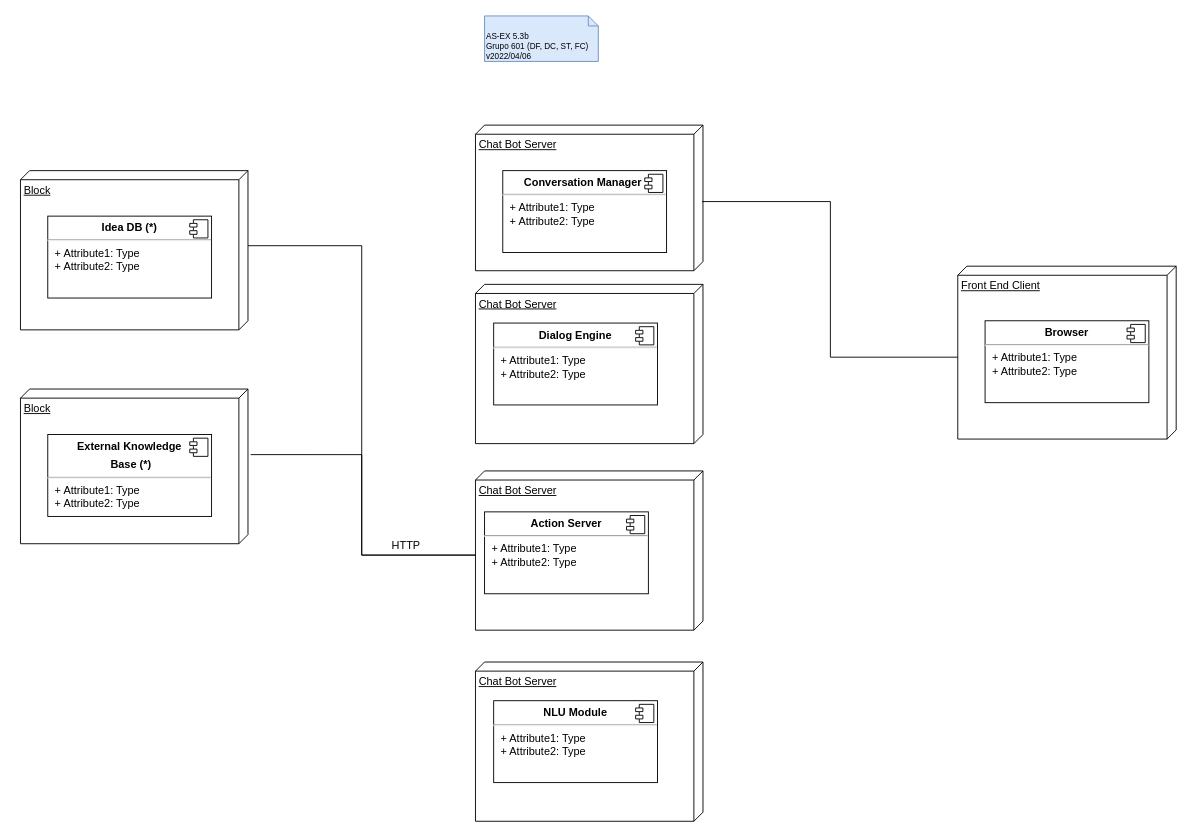
The draw.io diagram page "5.3b" (3 of 3) of P/P05/P5.drawio in DavidAraujo98/AS, before the edit. Source tidied: cells renumbered, new cells numbered last; positions are measured from the earlier drawing's top-left corner, leaving out a move shared by most shapes. Both pictures are drawn from the tidied source at 91%, with x=0, y=0 at pixel (20, 15).
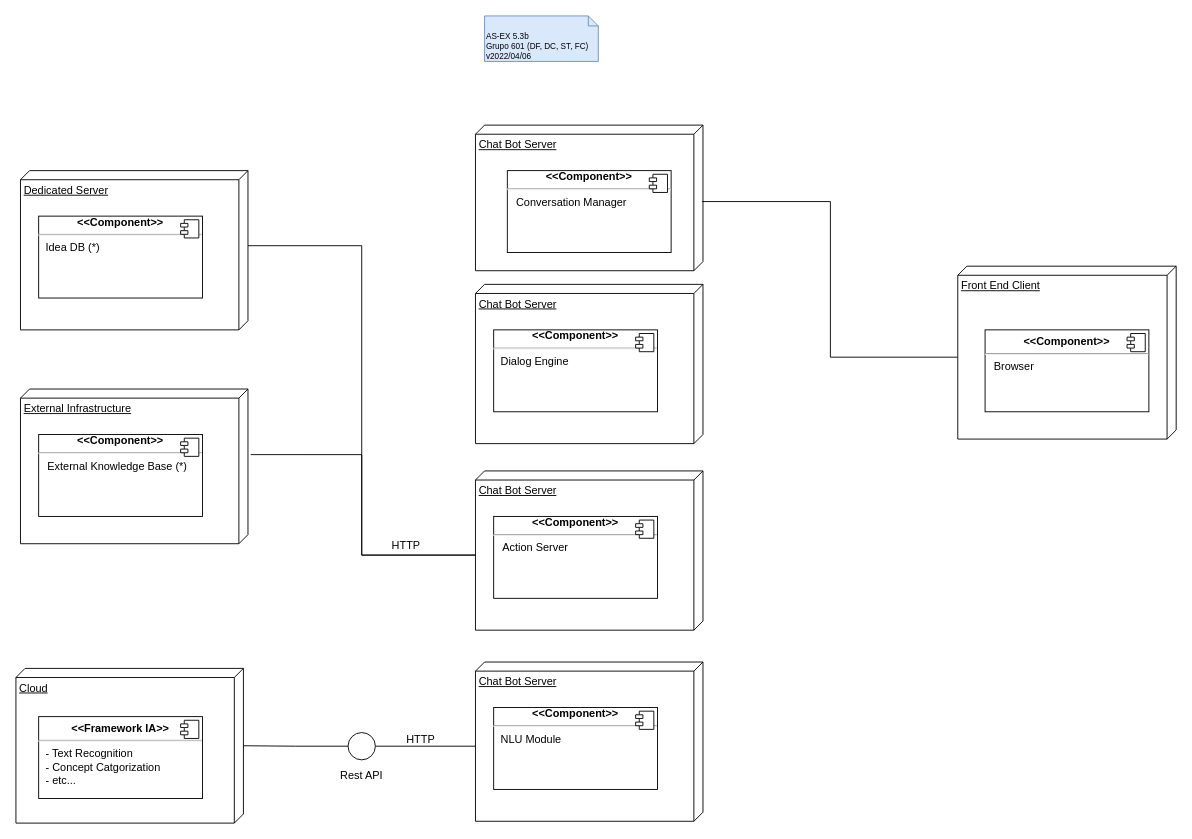
After the change.

The change refers to these unchanged cells:
```xml
<mxCell id="5" value="Chat Bot Server" style="verticalAlign=top;align=left;spacingTop=8;spacingLeft=2;spacingRight=12;shape=cube;size=10;direction=south;fontStyle=4;html=1;" parent="1" vertex="1">
  <mxGeometry x="500" y="710" width="250" height="175" as="geometry" />
</mxCell>
```

The edit, as a diff of the source:
```diff
@@
+    <mxCell id="28" style="edgeStyle=orthogonalEdgeStyle;rounded=0;jettySize=auto;html=1;exitX=0;exitY=0;exitDx=92.5;exitDy=250;exitPerimeter=0;entryX=1;entryY=0.5;entryDx=0;entryDy=0;endArrow=none;endFill=0;" parent="1" edge="1" source="5" target="31">
+      <mxGeometry relative="1" as="geometry" />
+    </mxCell>
@@
-    <mxCell id="11" value="Block" style="verticalAlign=top;align=left;spacingTop=8;spacingLeft=2;spacingRight=12;shape=cube;size=10;direction=south;fontStyle=4;html=1;" parent="1" vertex="1">
+    <mxCell id="11" value="Dedicated Server" style="verticalAlign=top;align=left;spacingTop=8;spacingLeft=2;spacingRight=12;shape=cube;size=10;direction=south;fontStyle=4;html=1;" parent="1" vertex="1">
       <mxGeometry y="170" width="250" height="175" as="geometry" />
     </mxCell>
-    <mxCell id="12" value="Block" style="verticalAlign=top;align=left;spacingTop=8;spacingLeft=2;spacingRight=12;shape=cube;size=10;direction=south;fontStyle=4;html=1;" parent="1" vertex="1">
+    <mxCell id="12" value="External Infrastructure" style="verticalAlign=top;align=left;spacingTop=8;spacingLeft=2;spacingRight=12;shape=cube;size=10;direction=south;fontStyle=4;html=1;" parent="1" vertex="1">
       <mxGeometry y="410" width="250" height="170" as="geometry" />
     </mxCell>
-    <mxCell id="13" value="&lt;p style=&quot;margin: 0px ; margin-top: 6px ; text-align: center&quot;&gt;&lt;b&gt;Browser&lt;/b&gt;&lt;/p&gt;&lt;hr&gt;&lt;p style=&quot;margin: 0px ; margin-left: 8px&quot;&gt;+ Attribute1: Type&lt;br&gt;+ Attribute2: Type&lt;/p&gt;" style="align=left;overflow=fill;html=1;" parent="1" vertex="1">
-      <mxGeometry x="1060" y="335" width="180" height="90" as="geometry" />
-    </mxCell>
-    <mxCell id="14" style="shape=component;jettyWidth=8;jettyHeight=4;" parent="13" vertex="1">
-      <mxGeometry x="1" width="20" height="20" relative="1" as="geometry">
-        <mxPoint x="-24" y="4" as="offset" />
-      </mxGeometry>
-    </mxCell>
-    <mxCell id="15" value="&lt;p style=&quot;text-align: center ; margin: 6px 0px 0px&quot;&gt;&lt;b&gt;Conversation Manager&amp;nbsp;&lt;/b&gt;&lt;/p&gt;&lt;hr&gt;&lt;p style=&quot;margin: 0px ; margin-left: 8px&quot;&gt;+ Attribute1: Type&lt;br&gt;+ Attribute2: Type&lt;/p&gt;" style="align=left;overflow=fill;html=1;" parent="1" vertex="1">
-      <mxGeometry x="530" y="170" width="180" height="90" as="geometry" />
-    </mxCell>
-    <mxCell id="16" style="shape=component;jettyWidth=8;jettyHeight=4;" parent="15" vertex="1">
-      <mxGeometry x="1" width="20" height="20" relative="1" as="geometry">
-        <mxPoint x="-24" y="4" as="offset" />
-      </mxGeometry>
-    </mxCell>
-    <mxCell id="17" value="&lt;p style=&quot;margin: 0px ; margin-top: 6px ; text-align: center&quot;&gt;&lt;b&gt;NLU Module&lt;/b&gt;&lt;/p&gt;&lt;hr&gt;&lt;p style=&quot;margin: 0px ; margin-left: 8px&quot;&gt;+ Attribute1: Type&lt;br&gt;+ Attribute2: Type&lt;/p&gt;" style="align=left;overflow=fill;html=1;" parent="1" vertex="1">
-      <mxGeometry x="520" y="752.5" width="180" height="90" as="geometry" />
-    </mxCell>
-    <mxCell id="18" style="shape=component;jettyWidth=8;jettyHeight=4;" parent="17" vertex="1">
-      <mxGeometry x="1" width="20" height="20" relative="1" as="geometry">
-        <mxPoint x="-24" y="4" as="offset" />
-      </mxGeometry>
-    </mxCell>
-    <mxCell id="19" value="&lt;p style=&quot;margin: 0px ; margin-top: 6px ; text-align: center&quot;&gt;&lt;b&gt;Dialog Engine&lt;/b&gt;&lt;/p&gt;&lt;hr&gt;&lt;p style=&quot;margin: 0px ; margin-left: 8px&quot;&gt;+ Attribute1: Type&lt;br&gt;+ Attribute2: Type&lt;/p&gt;" style="align=left;overflow=fill;html=1;" parent="1" vertex="1">
-      <mxGeometry x="520" y="337.5" width="180" height="90" as="geometry" />
-    </mxCell>
-    <mxCell id="20" style="shape=component;jettyWidth=8;jettyHeight=4;" parent="19" vertex="1">
-      <mxGeometry x="1" width="20" height="20" relative="1" as="geometry">
-        <mxPoint x="-24" y="4" as="offset" />
-      </mxGeometry>
-    </mxCell>
-    <mxCell id="21" value="&lt;p style=&quot;margin: 0px ; margin-top: 6px ; text-align: center&quot;&gt;&lt;b&gt;Action Server&lt;/b&gt;&lt;/p&gt;&lt;hr&gt;&lt;p style=&quot;margin: 0px ; margin-left: 8px&quot;&gt;+ Attribute1: Type&lt;br&gt;+ Attribute2: Type&lt;/p&gt;" style="align=left;overflow=fill;html=1;" parent="1" vertex="1">
-      <mxGeometry x="510" y="545" width="180" height="90" as="geometry" />
-    </mxCell>
-    <mxCell id="22" style="shape=component;jettyWidth=8;jettyHeight=4;" parent="21" vertex="1">
-      <mxGeometry x="1" width="20" height="20" relative="1" as="geometry">
-        <mxPoint x="-24" y="4" as="offset" />
-      </mxGeometry>
-    </mxCell>
-    <mxCell id="23" value="&lt;p style=&quot;margin: 0px ; margin-top: 6px ; text-align: center&quot;&gt;&lt;b&gt;Idea DB (*)&lt;/b&gt;&lt;/p&gt;&lt;hr&gt;&lt;p style=&quot;margin: 0px ; margin-left: 8px&quot;&gt;+ Attribute1: Type&lt;br&gt;+ Attribute2: Type&lt;/p&gt;" style="align=left;overflow=fill;html=1;" parent="1" vertex="1">
-      <mxGeometry x="30" y="220" width="180" height="90" as="geometry" />
-    </mxCell>
-    <mxCell id="24" style="shape=component;jettyWidth=8;jettyHeight=4;" parent="23" vertex="1">
-      <mxGeometry x="1" width="20" height="20" relative="1" as="geometry">
-        <mxPoint x="-24" y="4" as="offset" />
-      </mxGeometry>
-    </mxCell>
-    <mxCell id="25" value="&lt;p style=&quot;margin: 0px ; margin-top: 6px ; text-align: center&quot;&gt;&lt;b&gt;External Knowledge&lt;/b&gt;&lt;/p&gt;&lt;p style=&quot;margin: 0px ; margin-top: 6px ; text-align: center&quot;&gt;&lt;b&gt;&amp;nbsp;Base (*)&lt;/b&gt;&lt;/p&gt;&lt;hr&gt;&lt;p style=&quot;margin: 0px ; margin-left: 8px&quot;&gt;+ Attribute1: Type&lt;br&gt;+ Attribute2: Type&lt;/p&gt;" style="align=left;overflow=fill;html=1;" parent="1" vertex="1">
-      <mxGeometry x="30" y="460" width="180" height="90" as="geometry" />
-    </mxCell>
-    <mxCell id="26" style="shape=component;jettyWidth=8;jettyHeight=4;" parent="25" vertex="1">
-      <mxGeometry x="1" width="20" height="20" relative="1" as="geometry">
-        <mxPoint x="-24" y="4" as="offset" />
-      </mxGeometry>
-    </mxCell>
@@
+    <mxCell id="29" value="Cloud" style="verticalAlign=top;align=left;spacingTop=8;spacingLeft=2;spacingRight=12;shape=cube;size=10;direction=south;fontStyle=4;html=1;" parent="1" vertex="1">
+      <mxGeometry x="-5" y="717" width="250" height="170" as="geometry" />
+    </mxCell>
+    <mxCell id="30" style="edgeStyle=orthogonalEdgeStyle;rounded=0;jettySize=auto;html=1;exitX=0;exitY=0.5;exitDx=0;exitDy=0;endArrow=none;endFill=0;" parent="1" edge="1" source="31" target="29">
+      <mxGeometry relative="1" as="geometry" />
+    </mxCell>
+    <mxCell id="31" style="ellipse;whiteSpace=wrap;html=1;" parent="1" vertex="1">
+      <mxGeometry x="360" y="787.5" width="30" height="30" as="geometry" />
+    </mxCell>
+    <mxCell id="32" value="Rest API" style="text;html=1;strokeColor=none;fillColor=none;align=center;verticalAlign=middle;whiteSpace=wrap;rounded=0;" parent="1" vertex="1">
+      <mxGeometry x="345" y="820" width="60" height="30" as="geometry" />
+    </mxCell>
+    <mxCell id="33" value="HTTP" style="text;html=1;strokeColor=none;fillColor=none;align=center;verticalAlign=middle;whiteSpace=wrap;rounded=0;" parent="1" vertex="1">
+      <mxGeometry x="410" y="780" width="60" height="30" as="geometry" />
+    </mxCell>
+    <mxCell id="34" value="&lt;p style=&quot;margin: 0px ; margin-top: 6px ; text-align: center&quot;&gt;&lt;b&gt;&amp;lt;&amp;lt;Framework IA&amp;gt;&amp;gt;&lt;/b&gt;&lt;/p&gt;&lt;hr&gt;&lt;p style=&quot;margin: 0px ; margin-left: 8px&quot;&gt;- Text Recognition&lt;br&gt;- Concept Catgorization&lt;/p&gt;&lt;p style=&quot;margin: 0px ; margin-left: 8px&quot;&gt;- etc...&lt;/p&gt;" style="align=left;overflow=fill;html=1;" parent="1" vertex="1">
+      <mxGeometry x="20" y="770" width="180" height="90" as="geometry" />
+    </mxCell>
+    <mxCell id="35" style="shape=component;jettyWidth=8;jettyHeight=4;" parent="34" vertex="1">
+      <mxGeometry x="1" width="20" height="20" relative="1" as="geometry">
+        <mxPoint x="-24" y="4" as="offset" />
+      </mxGeometry>
+    </mxCell>
+    <mxCell id="36" value="&lt;div style=&quot;text-align: center&quot;&gt;&lt;b&gt;&amp;lt;&amp;lt;Component&amp;gt;&amp;gt;&lt;/b&gt;&lt;br&gt;&lt;/div&gt;&lt;hr style=&quot;text-align: center&quot;&gt;&lt;span style=&quot;text-align: center&quot;&gt;&amp;nbsp; &amp;nbsp;Conversation Manager&lt;/span&gt;&lt;p style=&quot;margin: 0px ; margin-left: 8px&quot;&gt;&lt;br&gt;&lt;/p&gt;" style="align=left;overflow=fill;html=1;" parent="1" vertex="1">
+      <mxGeometry x="535" y="170" width="180" height="90" as="geometry" />
+    </mxCell>
+    <mxCell id="37" style="shape=component;jettyWidth=8;jettyHeight=4;" parent="36" vertex="1">
+      <mxGeometry x="1" width="20" height="20" relative="1" as="geometry">
+        <mxPoint x="-24" y="4" as="offset" />
+      </mxGeometry>
+    </mxCell>
+    <mxCell id="38" value="&lt;div style=&quot;text-align: center&quot;&gt;&lt;b&gt;&amp;lt;&amp;lt;Component&amp;gt;&amp;gt;&lt;/b&gt;&lt;/div&gt;&lt;hr style=&quot;text-align: center&quot;&gt;&lt;p style=&quot;margin: 6px 0px 0px&quot;&gt;&amp;nbsp; &amp;nbsp;External Knowledge&amp;nbsp;&lt;span&gt;Base (*)&lt;/span&gt;&lt;/p&gt;" style="align=left;overflow=fill;html=1;" parent="1" vertex="1">
+      <mxGeometry x="20" y="460" width="180" height="90" as="geometry" />
+    </mxCell>
+    <mxCell id="39" style="shape=component;jettyWidth=8;jettyHeight=4;" parent="38" vertex="1">
+      <mxGeometry x="1" width="20" height="20" relative="1" as="geometry">
+        <mxPoint x="-24" y="4" as="offset" />
+      </mxGeometry>
+    </mxCell>
+    <mxCell id="40" value="&lt;div style=&quot;text-align: center&quot;&gt;&lt;b&gt;&amp;lt;&amp;lt;Component&amp;gt;&amp;gt;&lt;/b&gt;&lt;/div&gt;&lt;hr style=&quot;text-align: center&quot;&gt;&lt;p style=&quot;margin: 0px ; margin-left: 8px&quot;&gt;&lt;span style=&quot;text-align: center&quot;&gt;Idea DB (*)&lt;/span&gt;&lt;br&gt;&lt;br&gt;&lt;/p&gt;" style="align=left;overflow=fill;html=1;" parent="1" vertex="1">
+      <mxGeometry x="20" y="220" width="180" height="90" as="geometry" />
+    </mxCell>
+    <mxCell id="41" style="shape=component;jettyWidth=8;jettyHeight=4;" parent="40" vertex="1">
+      <mxGeometry x="1" width="20" height="20" relative="1" as="geometry">
+        <mxPoint x="-24" y="4" as="offset" />
+      </mxGeometry>
+    </mxCell>
+    <mxCell id="42" value="&lt;div style=&quot;text-align: center&quot;&gt;&lt;b&gt;&amp;lt;&amp;lt;Component&amp;gt;&amp;gt;&lt;/b&gt;&lt;/div&gt;&lt;hr style=&quot;text-align: center&quot;&gt;&lt;span style=&quot;text-align: center&quot;&gt;&amp;nbsp; &amp;nbsp;Action Server&lt;/span&gt;&lt;p style=&quot;margin: 0px ; margin-left: 8px&quot;&gt;&lt;br&gt;&lt;/p&gt;" style="align=left;overflow=fill;html=1;" parent="1" vertex="1">
+      <mxGeometry x="520" y="550" width="180" height="90" as="geometry" />
+    </mxCell>
+    <mxCell id="43" style="shape=component;jettyWidth=8;jettyHeight=4;" parent="42" vertex="1">
+      <mxGeometry x="1" width="20" height="20" relative="1" as="geometry">
+        <mxPoint x="-24" y="4" as="offset" />
+      </mxGeometry>
+    </mxCell>
+    <mxCell id="44" value="&lt;div style=&quot;text-align: center&quot;&gt;&lt;b&gt;&amp;lt;&amp;lt;Component&amp;gt;&amp;gt;&lt;/b&gt;&lt;/div&gt;&lt;hr style=&quot;text-align: center&quot;&gt;&lt;p style=&quot;margin: 0px ; margin-left: 8px&quot;&gt;&lt;span style=&quot;text-align: center&quot;&gt;Dialog Engine&lt;/span&gt;&lt;br&gt;&lt;br&gt;&lt;/p&gt;" style="align=left;overflow=fill;html=1;" parent="1" vertex="1">
+      <mxGeometry x="520" y="345" width="180" height="90" as="geometry" />
+    </mxCell>
+    <mxCell id="45" style="shape=component;jettyWidth=8;jettyHeight=4;" parent="44" vertex="1">
+      <mxGeometry x="1" width="20" height="20" relative="1" as="geometry">
+        <mxPoint x="-24" y="4" as="offset" />
+      </mxGeometry>
+    </mxCell>
+    <mxCell id="46" value="&lt;div style=&quot;text-align: center&quot;&gt;&lt;b&gt;&amp;lt;&amp;lt;Component&amp;gt;&amp;gt;&lt;/b&gt;&lt;/div&gt;&lt;hr style=&quot;text-align: center&quot;&gt;&lt;p style=&quot;margin: 0px ; margin-left: 8px&quot;&gt;&lt;span style=&quot;text-align: center&quot;&gt;NLU Module&lt;/span&gt;&lt;br&gt;&lt;br&gt;&lt;/p&gt;" style="align=left;overflow=fill;html=1;" parent="1" vertex="1">
+      <mxGeometry x="520" y="760" width="180" height="90" as="geometry" />
+    </mxCell>
+    <mxCell id="47" style="shape=component;jettyWidth=8;jettyHeight=4;" parent="46" vertex="1">
+      <mxGeometry x="1" width="20" height="20" relative="1" as="geometry">
+        <mxPoint x="-24" y="4" as="offset" />
+      </mxGeometry>
+    </mxCell>
+    <mxCell id="48" value="&lt;p style=&quot;margin: 0px ; margin-top: 6px ; text-align: center&quot;&gt;&lt;b&gt;&amp;lt;&amp;lt;Component&amp;gt;&amp;gt;&lt;/b&gt;&lt;/p&gt;&lt;hr&gt;&lt;span&gt;&lt;div&gt;&lt;span&gt;&amp;nbsp; &amp;nbsp;Browser&amp;nbsp;&lt;/span&gt;&lt;/div&gt;&lt;/span&gt;" style="align=left;overflow=fill;html=1;" parent="1" vertex="1">
+      <mxGeometry x="1060" y="345" width="180" height="90" as="geometry" />
+    </mxCell>
+    <mxCell id="49" style="shape=component;jettyWidth=8;jettyHeight=4;" parent="48" vertex="1">
+      <mxGeometry x="1" width="20" height="20" relative="1" as="geometry">
+        <mxPoint x="-24" y="4" as="offset" />
+      </mxGeometry>
+    </mxCell>
```
